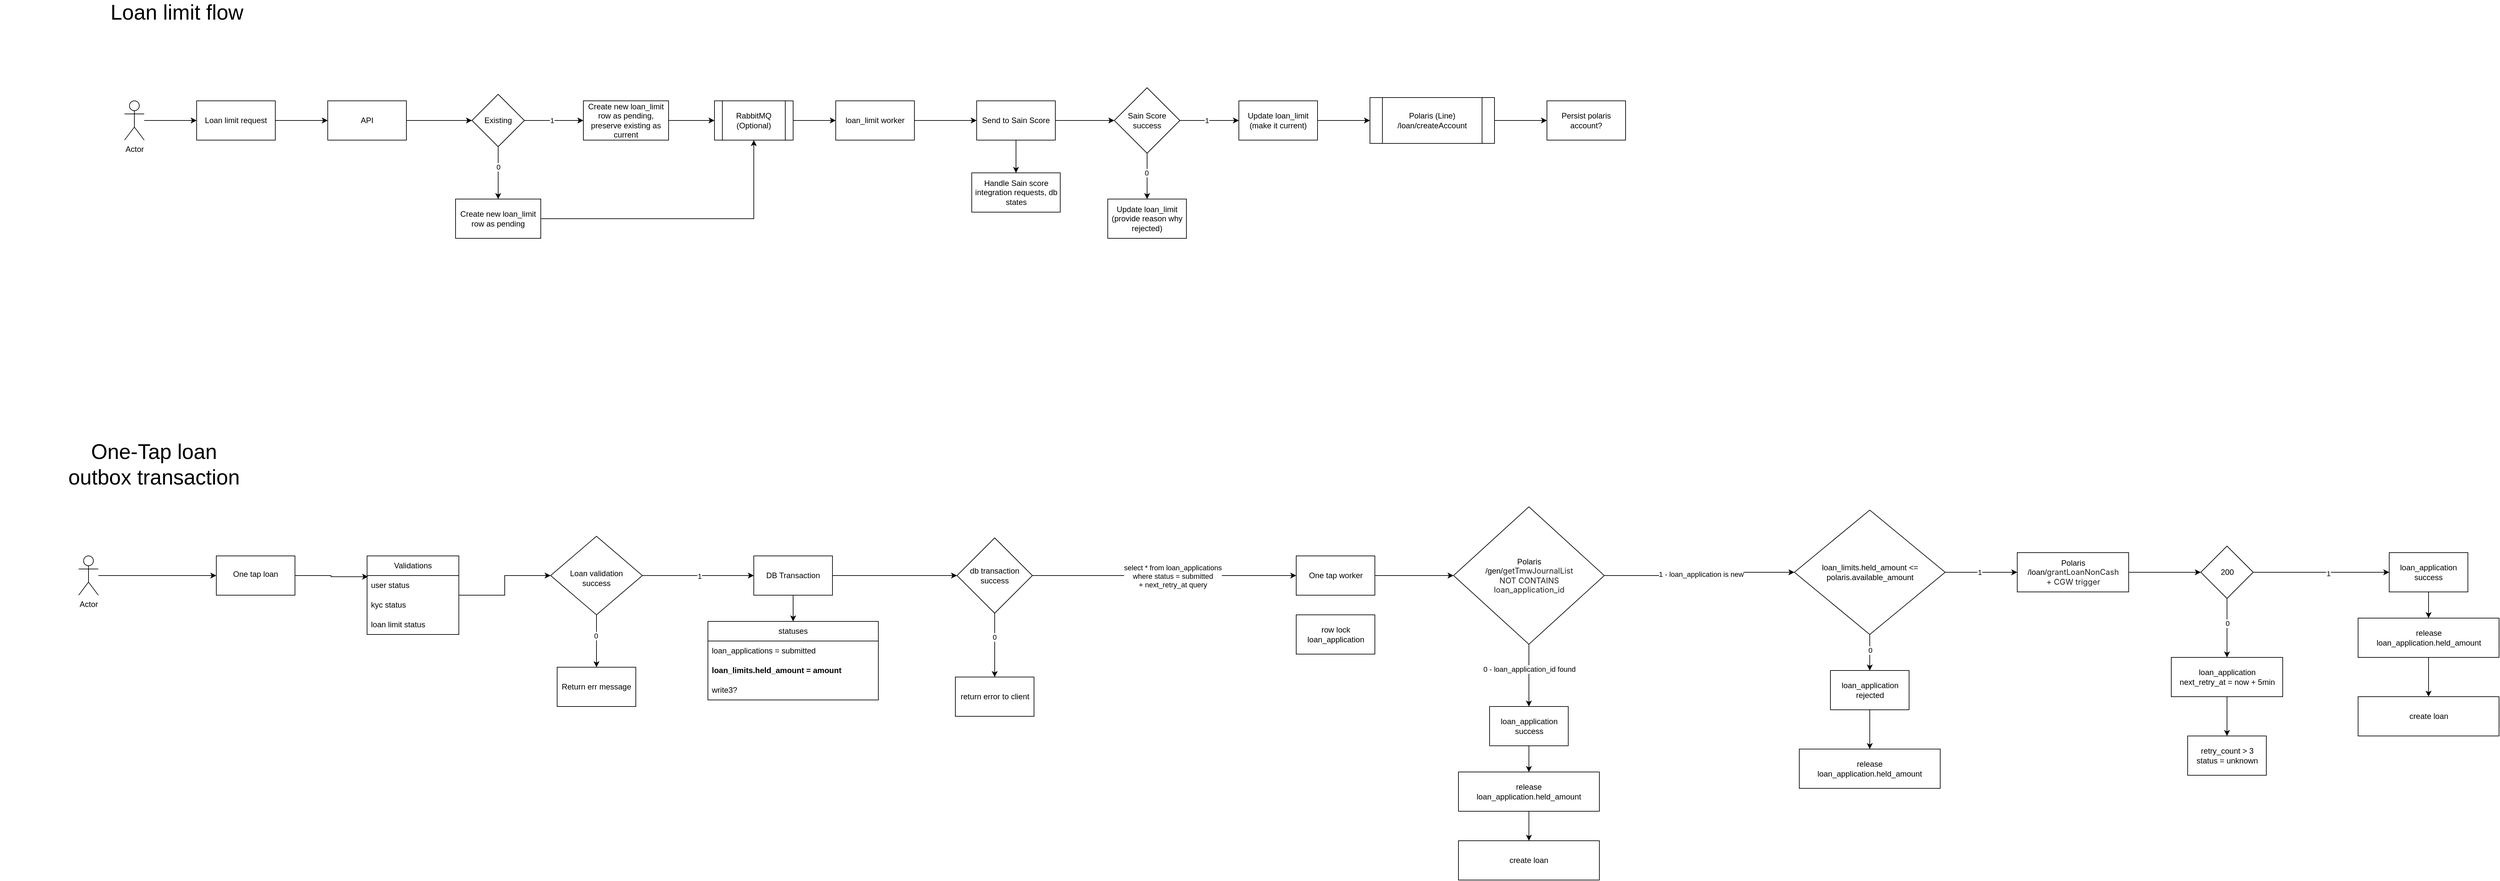
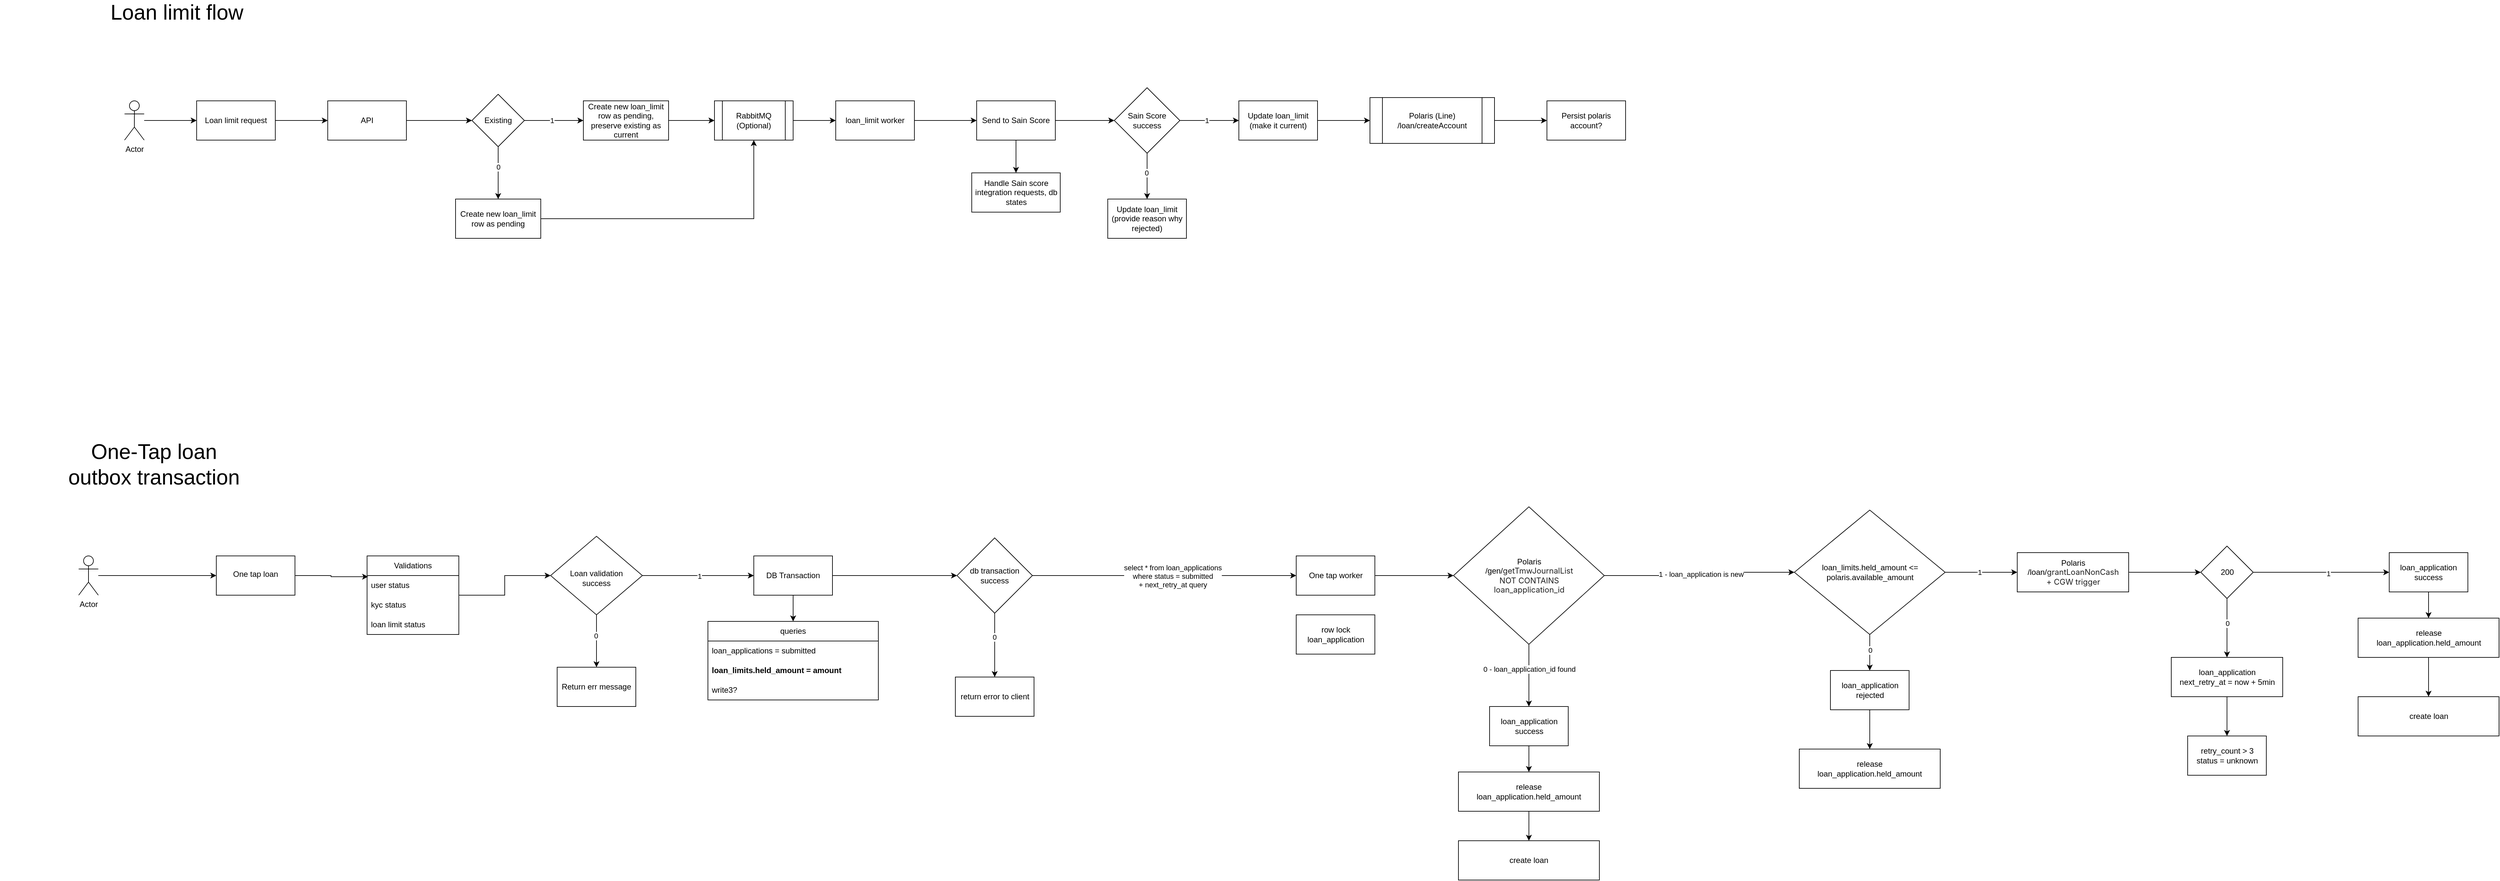
<mxfile host="app.diagrams.net">
  <diagram name="Page-1" id="VCBSuIh8bz7kurrQ0Zaz">
    <mxGraphModel dx="2338" dy="870" grid="1" gridSize="10" guides="1" tooltips="1" connect="1" arrows="1" fold="1" page="1" pageScale="1" pageWidth="850" pageHeight="1100" math="0" shadow="0">
      <root>
        <mxCell id="0" />
        <mxCell id="1" parent="0" />
        <mxCell id="KqixbsF9o6dLofBvsG9t-5" edge="1" parent="1" source="KqixbsF9o6dLofBvsG9t-1" style="edgeStyle=orthogonalEdgeStyle;rounded=0;orthogonalLoop=1;jettySize=auto;html=1;" target="KqixbsF9o6dLofBvsG9t-4" value="">
          <mxGeometry relative="1" as="geometry" />
        </mxCell>
        <mxCell id="KqixbsF9o6dLofBvsG9t-1" parent="1" style="rounded=0;whiteSpace=wrap;html=1;" value="Loan limit request" vertex="1">
          <mxGeometry height="60" width="120" x="150" y="210" as="geometry" />
        </mxCell>
        <mxCell id="KqixbsF9o6dLofBvsG9t-3" edge="1" parent="1" source="KqixbsF9o6dLofBvsG9t-2" style="edgeStyle=orthogonalEdgeStyle;rounded=0;orthogonalLoop=1;jettySize=auto;html=1;" target="KqixbsF9o6dLofBvsG9t-1" value="">
          <mxGeometry relative="1" as="geometry" />
        </mxCell>
        <mxCell id="KqixbsF9o6dLofBvsG9t-2" parent="1" style="shape=umlActor;verticalLabelPosition=bottom;verticalAlign=top;html=1;outlineConnect=0;" value="Actor" vertex="1">
          <mxGeometry height="60" width="30" x="40" y="210" as="geometry" />
        </mxCell>
        <mxCell id="KqixbsF9o6dLofBvsG9t-9" edge="1" parent="1" source="KqixbsF9o6dLofBvsG9t-4" style="edgeStyle=orthogonalEdgeStyle;rounded=0;orthogonalLoop=1;jettySize=auto;html=1;" target="KqixbsF9o6dLofBvsG9t-8" value="">
          <mxGeometry relative="1" as="geometry" />
        </mxCell>
        <mxCell id="KqixbsF9o6dLofBvsG9t-4" parent="1" style="rounded=0;whiteSpace=wrap;html=1;" value="API" vertex="1">
          <mxGeometry height="60" width="120" x="350" y="210" as="geometry" />
        </mxCell>
        <mxCell id="KqixbsF9o6dLofBvsG9t-11" edge="1" parent="1" source="KqixbsF9o6dLofBvsG9t-8" style="edgeStyle=orthogonalEdgeStyle;rounded=0;orthogonalLoop=1;jettySize=auto;html=1;" target="KqixbsF9o6dLofBvsG9t-10" value="">
          <mxGeometry relative="1" as="geometry" />
        </mxCell>
        <mxCell id="KqixbsF9o6dLofBvsG9t-12" connectable="0" parent="KqixbsF9o6dLofBvsG9t-11" style="edgeLabel;html=1;align=center;verticalAlign=middle;resizable=0;points=[];" value="1" vertex="1">
          <mxGeometry relative="1" x="-0.079" as="geometry">
            <mxPoint as="offset" />
          </mxGeometry>
        </mxCell>
        <mxCell id="KqixbsF9o6dLofBvsG9t-14" edge="1" parent="1" source="KqixbsF9o6dLofBvsG9t-8" style="edgeStyle=orthogonalEdgeStyle;rounded=0;orthogonalLoop=1;jettySize=auto;html=1;" target="KqixbsF9o6dLofBvsG9t-13" value="">
          <mxGeometry relative="1" as="geometry" />
        </mxCell>
        <mxCell id="KqixbsF9o6dLofBvsG9t-15" connectable="0" parent="KqixbsF9o6dLofBvsG9t-14" style="edgeLabel;html=1;align=center;verticalAlign=middle;resizable=0;points=[];" value="0" vertex="1">
          <mxGeometry relative="1" x="-0.2407" as="geometry">
            <mxPoint as="offset" />
          </mxGeometry>
        </mxCell>
        <mxCell id="KqixbsF9o6dLofBvsG9t-8" parent="1" style="rhombus;whiteSpace=wrap;html=1;rounded=0;" value="Existing" vertex="1">
          <mxGeometry height="80" width="80" x="570" y="200" as="geometry" />
        </mxCell>
        <mxCell id="KqixbsF9o6dLofBvsG9t-23" edge="1" parent="1" source="KqixbsF9o6dLofBvsG9t-10" style="edgeStyle=orthogonalEdgeStyle;rounded=0;orthogonalLoop=1;jettySize=auto;html=1;" target="KqixbsF9o6dLofBvsG9t-22" value="">
          <mxGeometry relative="1" as="geometry" />
        </mxCell>
        <mxCell id="KqixbsF9o6dLofBvsG9t-10" parent="1" style="whiteSpace=wrap;html=1;rounded=0;" value="Create new loan_limit row as pending, preserve existing as current" vertex="1">
          <mxGeometry height="60" width="130" x="740" y="210" as="geometry" />
        </mxCell>
        <mxCell id="KqixbsF9o6dLofBvsG9t-26" edge="1" parent="1" source="KqixbsF9o6dLofBvsG9t-13" style="edgeStyle=orthogonalEdgeStyle;rounded=0;orthogonalLoop=1;jettySize=auto;html=1;entryX=0.5;entryY=1;entryDx=0;entryDy=0;" target="KqixbsF9o6dLofBvsG9t-22">
          <mxGeometry relative="1" as="geometry" />
        </mxCell>
        <mxCell id="KqixbsF9o6dLofBvsG9t-13" parent="1" style="whiteSpace=wrap;html=1;rounded=0;" value="Create new loan_limit row as pending" vertex="1">
          <mxGeometry height="60" width="130" x="545" y="360" as="geometry" />
        </mxCell>
        <mxCell id="KqixbsF9o6dLofBvsG9t-25" edge="1" parent="1" source="KqixbsF9o6dLofBvsG9t-22" style="edgeStyle=orthogonalEdgeStyle;rounded=0;orthogonalLoop=1;jettySize=auto;html=1;" target="KqixbsF9o6dLofBvsG9t-24" value="">
          <mxGeometry relative="1" as="geometry" />
        </mxCell>
        <mxCell id="KqixbsF9o6dLofBvsG9t-22" parent="1" style="shape=process;whiteSpace=wrap;html=1;backgroundOutline=1;rounded=0;" value="RabbitMQ (Optional)" vertex="1">
          <mxGeometry height="60" width="120" x="940" y="210" as="geometry" />
        </mxCell>
        <mxCell id="KqixbsF9o6dLofBvsG9t-28" edge="1" parent="1" source="KqixbsF9o6dLofBvsG9t-24" style="edgeStyle=orthogonalEdgeStyle;rounded=0;orthogonalLoop=1;jettySize=auto;html=1;" target="KqixbsF9o6dLofBvsG9t-27" value="">
          <mxGeometry relative="1" as="geometry" />
        </mxCell>
        <mxCell id="KqixbsF9o6dLofBvsG9t-24" parent="1" style="whiteSpace=wrap;html=1;rounded=0;" value="loan_limit worker" vertex="1">
          <mxGeometry height="60" width="120" x="1125" y="210" as="geometry" />
        </mxCell>
        <mxCell id="KqixbsF9o6dLofBvsG9t-30" edge="1" parent="1" source="KqixbsF9o6dLofBvsG9t-27" style="edgeStyle=orthogonalEdgeStyle;rounded=0;orthogonalLoop=1;jettySize=auto;html=1;" target="KqixbsF9o6dLofBvsG9t-29" value="">
          <mxGeometry relative="1" as="geometry" />
        </mxCell>
        <mxCell id="KqixbsF9o6dLofBvsG9t-38" edge="1" parent="1" source="KqixbsF9o6dLofBvsG9t-27" style="edgeStyle=orthogonalEdgeStyle;rounded=0;orthogonalLoop=1;jettySize=auto;html=1;" target="KqixbsF9o6dLofBvsG9t-37" value="">
          <mxGeometry relative="1" as="geometry" />
        </mxCell>
        <mxCell id="KqixbsF9o6dLofBvsG9t-27" parent="1" style="whiteSpace=wrap;html=1;rounded=0;" value="Send to Sain Score" vertex="1">
          <mxGeometry height="60" width="120" x="1340" y="210" as="geometry" />
        </mxCell>
        <mxCell id="KqixbsF9o6dLofBvsG9t-32" edge="1" parent="1" source="KqixbsF9o6dLofBvsG9t-29" style="edgeStyle=orthogonalEdgeStyle;rounded=0;orthogonalLoop=1;jettySize=auto;html=1;" target="KqixbsF9o6dLofBvsG9t-31" value="">
          <mxGeometry relative="1" as="geometry" />
        </mxCell>
        <mxCell id="KqixbsF9o6dLofBvsG9t-33" connectable="0" parent="KqixbsF9o6dLofBvsG9t-32" style="edgeLabel;html=1;align=center;verticalAlign=middle;resizable=0;points=[];" value="1" vertex="1">
          <mxGeometry relative="1" x="-0.1048" as="geometry">
            <mxPoint as="offset" />
          </mxGeometry>
        </mxCell>
        <mxCell id="KqixbsF9o6dLofBvsG9t-35" edge="1" parent="1" source="KqixbsF9o6dLofBvsG9t-29" style="edgeStyle=orthogonalEdgeStyle;rounded=0;orthogonalLoop=1;jettySize=auto;html=1;" target="KqixbsF9o6dLofBvsG9t-34" value="">
          <mxGeometry relative="1" as="geometry" />
        </mxCell>
        <mxCell id="KqixbsF9o6dLofBvsG9t-36" connectable="0" parent="KqixbsF9o6dLofBvsG9t-35" style="edgeLabel;html=1;align=center;verticalAlign=middle;resizable=0;points=[];" value="0" vertex="1">
          <mxGeometry relative="1" x="-0.1429" y="-1" as="geometry">
            <mxPoint as="offset" />
          </mxGeometry>
        </mxCell>
        <mxCell id="KqixbsF9o6dLofBvsG9t-29" parent="1" style="rhombus;whiteSpace=wrap;html=1;rounded=0;" value="Sain Score success" vertex="1">
          <mxGeometry height="100" width="100" x="1550" y="190" as="geometry" />
        </mxCell>
        <mxCell id="KqixbsF9o6dLofBvsG9t-66" edge="1" parent="1" source="KqixbsF9o6dLofBvsG9t-31" style="edgeStyle=orthogonalEdgeStyle;rounded=0;orthogonalLoop=1;jettySize=auto;html=1;" target="KqixbsF9o6dLofBvsG9t-65" value="">
          <mxGeometry relative="1" as="geometry" />
        </mxCell>
        <mxCell id="KqixbsF9o6dLofBvsG9t-31" parent="1" style="whiteSpace=wrap;html=1;rounded=0;" value="Update loan_limit (make it current)" vertex="1">
          <mxGeometry height="60" width="120" x="1740" y="210" as="geometry" />
        </mxCell>
        <mxCell id="KqixbsF9o6dLofBvsG9t-34" parent="1" style="whiteSpace=wrap;html=1;rounded=0;" value="Update loan_limit&lt;br&gt;(provide reason why rejected)" vertex="1">
          <mxGeometry height="60" width="120" x="1540" y="360" as="geometry" />
        </mxCell>
        <mxCell id="KqixbsF9o6dLofBvsG9t-37" parent="1" style="whiteSpace=wrap;html=1;rounded=0;" value="Handle Sain score integration requests, db states" vertex="1">
          <mxGeometry height="60" width="135" x="1332.5" y="320" as="geometry" />
        </mxCell>
        <mxCell id="KqixbsF9o6dLofBvsG9t-40" parent="1" style="text;html=1;whiteSpace=wrap;strokeColor=none;fillColor=none;align=center;verticalAlign=middle;rounded=0;fontSize=32;" value="Loan limit flow" vertex="1">
          <mxGeometry height="30" width="260" x="-10" y="60" as="geometry" />
        </mxCell>
        <mxCell id="KqixbsF9o6dLofBvsG9t-74" edge="1" parent="1" source="KqixbsF9o6dLofBvsG9t-65" style="edgeStyle=orthogonalEdgeStyle;rounded=0;orthogonalLoop=1;jettySize=auto;html=1;" target="KqixbsF9o6dLofBvsG9t-73" value="">
          <mxGeometry relative="1" as="geometry" />
        </mxCell>
        <mxCell id="KqixbsF9o6dLofBvsG9t-65" parent="1" style="shape=process;whiteSpace=wrap;html=1;backgroundOutline=1;rounded=0;" value="Polaris (Line)&lt;br&gt;/loan/createAccount" vertex="1">
          <mxGeometry height="70" width="190" x="1940" y="205" as="geometry" />
        </mxCell>
        <mxCell id="KqixbsF9o6dLofBvsG9t-73" parent="1" style="whiteSpace=wrap;html=1;rounded=0;" value="Persist polaris account?" vertex="1">
          <mxGeometry height="60" width="120" x="2210" y="210" as="geometry" />
        </mxCell>
        <mxCell id="U8Ajh8Gpa-m2DNKNFQys-1" parent="1" style="text;html=1;whiteSpace=wrap;strokeColor=none;fillColor=none;align=center;verticalAlign=middle;rounded=0;fontSize=32;" value="One-Tap loan&lt;br&gt;outbox transaction" vertex="1">
          <mxGeometry height="30" width="470" x="-150" y="750" as="geometry" />
        </mxCell>
        <mxCell id="In8fDh9ZLN2M87an2Miy-1" edge="1" parent="1" source="In8fDh9ZLN2M87an2Miy-2" style="edgeStyle=orthogonalEdgeStyle;rounded=0;orthogonalLoop=1;jettySize=auto;html=1;" target="In8fDh9ZLN2M87an2Miy-4" value="">
          <mxGeometry relative="1" as="geometry" />
        </mxCell>
        <mxCell id="In8fDh9ZLN2M87an2Miy-2" parent="1" style="shape=umlActor;verticalLabelPosition=bottom;verticalAlign=top;html=1;outlineConnect=0;" value="Actor" vertex="1">
          <mxGeometry height="60" width="30" x="-30" y="905" as="geometry" />
        </mxCell>
        <mxCell id="In8fDh9ZLN2M87an2Miy-3" edge="1" parent="1" source="In8fDh9ZLN2M87an2Miy-4" style="edgeStyle=orthogonalEdgeStyle;rounded=0;orthogonalLoop=1;jettySize=auto;html=1;entryX=0.011;entryY=0.06;entryDx=0;entryDy=0;entryPerimeter=0;" target="In8fDh9ZLN2M87an2Miy-28" value="">
          <mxGeometry relative="1" as="geometry">
            <mxPoint x="390" y="935" as="targetPoint" />
          </mxGeometry>
        </mxCell>
        <mxCell id="In8fDh9ZLN2M87an2Miy-4" parent="1" style="whiteSpace=wrap;html=1;verticalAlign=top;" value="&lt;div&gt;&lt;br&gt;&lt;/div&gt;&lt;div&gt;One tap loan&lt;/div&gt;" vertex="1">
          <mxGeometry height="60" width="120" x="180" y="905" as="geometry" />
        </mxCell>
        <mxCell id="In8fDh9ZLN2M87an2Miy-5" edge="1" parent="1" source="In8fDh9ZLN2M87an2Miy-9" style="edgeStyle=orthogonalEdgeStyle;rounded=0;orthogonalLoop=1;jettySize=auto;html=1;" target="In8fDh9ZLN2M87an2Miy-12" value="">
          <mxGeometry relative="1" as="geometry" />
        </mxCell>
        <mxCell id="In8fDh9ZLN2M87an2Miy-6" connectable="0" parent="In8fDh9ZLN2M87an2Miy-5" style="edgeLabel;html=1;align=center;verticalAlign=middle;resizable=0;points=[];" value="1" vertex="1">
          <mxGeometry relative="1" x="0.0162" y="-1" as="geometry">
            <mxPoint as="offset" />
          </mxGeometry>
        </mxCell>
        <mxCell id="In8fDh9ZLN2M87an2Miy-7" edge="1" parent="1" source="In8fDh9ZLN2M87an2Miy-9" style="edgeStyle=orthogonalEdgeStyle;rounded=0;orthogonalLoop=1;jettySize=auto;html=1;" target="In8fDh9ZLN2M87an2Miy-13" value="">
          <mxGeometry relative="1" as="geometry" />
        </mxCell>
        <mxCell id="In8fDh9ZLN2M87an2Miy-8" connectable="0" parent="In8fDh9ZLN2M87an2Miy-7" style="edgeLabel;html=1;align=center;verticalAlign=middle;resizable=0;points=[];" value="0" vertex="1">
          <mxGeometry relative="1" x="-0.2091" y="-1" as="geometry">
            <mxPoint as="offset" />
          </mxGeometry>
        </mxCell>
        <mxCell id="In8fDh9ZLN2M87an2Miy-9" parent="1" style="rhombus;whiteSpace=wrap;html=1;verticalAlign=top;" value="&lt;br&gt;&lt;br&gt;&lt;div&gt;&lt;br&gt;&lt;/div&gt;&lt;div&gt;Loan validation&lt;br&gt;success&lt;/div&gt;" vertex="1">
          <mxGeometry height="120" width="140" x="690" y="875" as="geometry" />
        </mxCell>
        <mxCell id="In8fDh9ZLN2M87an2Miy-10" edge="1" parent="1" source="In8fDh9ZLN2M87an2Miy-12" style="edgeStyle=orthogonalEdgeStyle;rounded=0;orthogonalLoop=1;jettySize=auto;html=1;entryX=0.5;entryY=0;entryDx=0;entryDy=0;" target="In8fDh9ZLN2M87an2Miy-14">
          <mxGeometry relative="1" as="geometry" />
        </mxCell>
        <mxCell id="In8fDh9ZLN2M87an2Miy-54" edge="1" parent="1" source="In8fDh9ZLN2M87an2Miy-98" style="edgeStyle=orthogonalEdgeStyle;rounded=0;orthogonalLoop=1;jettySize=auto;html=1;exitX=1;exitY=0.5;exitDx=0;exitDy=0;" target="In8fDh9ZLN2M87an2Miy-53" value="">
          <mxGeometry relative="1" as="geometry">
            <mxPoint x="1370" y="935" as="sourcePoint" />
          </mxGeometry>
        </mxCell>
        <mxCell id="In8fDh9ZLN2M87an2Miy-55" connectable="0" parent="In8fDh9ZLN2M87an2Miy-54" style="edgeLabel;html=1;align=center;verticalAlign=middle;resizable=0;points=[];" value="select * from loan_applications&lt;br&gt;where status = submitted&lt;br&gt;+ next_retry_at query" vertex="1">
          <mxGeometry relative="1" x="0.0637" y="-1" as="geometry">
            <mxPoint as="offset" />
          </mxGeometry>
        </mxCell>
        <mxCell id="In8fDh9ZLN2M87an2Miy-99" edge="1" parent="1" source="In8fDh9ZLN2M87an2Miy-12" style="edgeStyle=orthogonalEdgeStyle;rounded=0;orthogonalLoop=1;jettySize=auto;html=1;" target="In8fDh9ZLN2M87an2Miy-98" value="">
          <mxGeometry relative="1" as="geometry" />
        </mxCell>
        <mxCell id="In8fDh9ZLN2M87an2Miy-12" parent="1" style="whiteSpace=wrap;html=1;verticalAlign=middle;" value="DB Transaction" vertex="1">
          <mxGeometry height="60" width="120" x="1000" y="905" as="geometry" />
        </mxCell>
        <mxCell id="In8fDh9ZLN2M87an2Miy-13" parent="1" style="whiteSpace=wrap;html=1;verticalAlign=middle;" value="Return err message" vertex="1">
          <mxGeometry height="60" width="120" x="700" y="1075" as="geometry" />
        </mxCell>
-         <mxCell id="In8fDh9ZLN2M87an2Miy-14" parent="1" style="swimlane;fontStyle=0;childLayout=stackLayout;horizontal=1;startSize=30;horizontalStack=0;resizeParent=1;resizeParentMax=0;resizeLast=0;collapsible=1;marginBottom=0;whiteSpace=wrap;html=1;" value="statuses" vertex="1">
+         <mxCell id="In8fDh9ZLN2M87an2Miy-14" parent="1" style="swimlane;fontStyle=0;childLayout=stackLayout;horizontal=1;startSize=30;horizontalStack=0;resizeParent=1;resizeParentMax=0;resizeLast=0;collapsible=1;marginBottom=0;whiteSpace=wrap;html=1;" value="queries" vertex="1">
          <mxGeometry height="120" width="260" x="930" y="1005" as="geometry" />
        </mxCell>
        <mxCell id="In8fDh9ZLN2M87an2Miy-15" parent="In8fDh9ZLN2M87an2Miy-14" style="text;strokeColor=none;fillColor=none;align=left;verticalAlign=middle;spacingLeft=4;spacingRight=4;overflow=hidden;points=[[0,0.5],[1,0.5]];portConstraint=eastwest;rotatable=0;whiteSpace=wrap;html=1;" value="loan_applications = submitted" vertex="1">
          <mxGeometry height="30" width="260" y="30" as="geometry" />
        </mxCell>
        <mxCell id="In8fDh9ZLN2M87an2Miy-16" parent="In8fDh9ZLN2M87an2Miy-14" style="text;strokeColor=none;fillColor=none;align=left;verticalAlign=middle;spacingLeft=4;spacingRight=4;overflow=hidden;points=[[0,0.5],[1,0.5]];portConstraint=eastwest;rotatable=0;whiteSpace=wrap;html=1;fontStyle=1" value="loan_limits.held_amount = amount" vertex="1">
          <mxGeometry height="30" width="260" y="60" as="geometry" />
        </mxCell>
        <mxCell id="In8fDh9ZLN2M87an2Miy-17" parent="In8fDh9ZLN2M87an2Miy-14" style="text;strokeColor=none;fillColor=none;align=left;verticalAlign=middle;spacingLeft=4;spacingRight=4;overflow=hidden;points=[[0,0.5],[1,0.5]];portConstraint=eastwest;rotatable=0;whiteSpace=wrap;html=1;" value="write3?" vertex="1">
          <mxGeometry height="30" width="260" y="90" as="geometry" />
        </mxCell>
        <mxCell id="In8fDh9ZLN2M87an2Miy-32" edge="1" parent="1" source="In8fDh9ZLN2M87an2Miy-27" style="edgeStyle=orthogonalEdgeStyle;rounded=0;orthogonalLoop=1;jettySize=auto;html=1;entryX=0;entryY=0.5;entryDx=0;entryDy=0;" target="In8fDh9ZLN2M87an2Miy-9">
          <mxGeometry relative="1" as="geometry" />
        </mxCell>
        <mxCell id="In8fDh9ZLN2M87an2Miy-27" parent="1" style="swimlane;fontStyle=0;childLayout=stackLayout;horizontal=1;startSize=30;horizontalStack=0;resizeParent=1;resizeParentMax=0;resizeLast=0;collapsible=1;marginBottom=0;whiteSpace=wrap;html=1;" value="Validations" vertex="1">
          <mxGeometry height="120" width="140" x="410" y="905" as="geometry" />
        </mxCell>
        <mxCell id="In8fDh9ZLN2M87an2Miy-28" parent="In8fDh9ZLN2M87an2Miy-27" style="text;strokeColor=none;fillColor=none;align=left;verticalAlign=middle;spacingLeft=4;spacingRight=4;overflow=hidden;points=[[0,0.5],[1,0.5]];portConstraint=eastwest;rotatable=0;whiteSpace=wrap;html=1;" value="user status" vertex="1">
          <mxGeometry height="30" width="140" y="30" as="geometry" />
        </mxCell>
        <mxCell id="In8fDh9ZLN2M87an2Miy-29" parent="In8fDh9ZLN2M87an2Miy-27" style="text;strokeColor=none;fillColor=none;align=left;verticalAlign=middle;spacingLeft=4;spacingRight=4;overflow=hidden;points=[[0,0.5],[1,0.5]];portConstraint=eastwest;rotatable=0;whiteSpace=wrap;html=1;" value="kyc status" vertex="1">
          <mxGeometry height="30" width="140" y="60" as="geometry" />
        </mxCell>
        <mxCell id="In8fDh9ZLN2M87an2Miy-33" parent="In8fDh9ZLN2M87an2Miy-27" style="text;strokeColor=none;fillColor=none;align=left;verticalAlign=middle;spacingLeft=4;spacingRight=4;overflow=hidden;points=[[0,0.5],[1,0.5]];portConstraint=eastwest;rotatable=0;whiteSpace=wrap;html=1;" value="loan limit status" vertex="1">
          <mxGeometry height="30" width="140" y="90" as="geometry" />
        </mxCell>
        <mxCell id="In8fDh9ZLN2M87an2Miy-70" edge="1" parent="1" source="In8fDh9ZLN2M87an2Miy-53" style="edgeStyle=orthogonalEdgeStyle;rounded=0;orthogonalLoop=1;jettySize=auto;html=1;entryX=0;entryY=0.5;entryDx=0;entryDy=0;" target="In8fDh9ZLN2M87an2Miy-69">
          <mxGeometry relative="1" as="geometry" />
        </mxCell>
        <mxCell id="In8fDh9ZLN2M87an2Miy-53" parent="1" style="whiteSpace=wrap;html=1;" value="One tap worker" vertex="1">
          <mxGeometry height="60" width="120" x="1827.5" y="905" as="geometry" />
        </mxCell>
        <mxCell id="In8fDh9ZLN2M87an2Miy-67" edge="1" parent="1" source="In8fDh9ZLN2M87an2Miy-58" style="edgeStyle=orthogonalEdgeStyle;rounded=0;orthogonalLoop=1;jettySize=auto;html=1;entryX=0;entryY=0.5;entryDx=0;entryDy=0;" target="In8fDh9ZLN2M87an2Miy-66" value="">
          <mxGeometry relative="1" as="geometry">
            <mxPoint x="3222.5" y="930" as="targetPoint" />
          </mxGeometry>
        </mxCell>
        <mxCell id="In8fDh9ZLN2M87an2Miy-58" parent="1" style="whiteSpace=wrap;html=1;" value="Polaris /loan/&lt;span style=&quot;color: rgb(33, 33, 33); font-family: Inter, system-ui, -apple-system, &amp;quot;system-ui&amp;quot;, &amp;quot;Segoe UI&amp;quot;, Roboto, Oxygen, Ubuntu, Cantarell, &amp;quot;Fira Sans&amp;quot;, &amp;quot;Droid Sans&amp;quot;, Helvetica, Arial, sans-serif; text-align: left; white-space: pre-wrap; background-color: rgb(255, 255, 255);&quot;&gt;grantLoanNonCash&lt;br/&gt;+ CGW trigger&lt;/span&gt;" vertex="1">
          <mxGeometry height="60" width="170" x="2927.5" y="900" as="geometry" />
        </mxCell>
        <mxCell id="In8fDh9ZLN2M87an2Miy-62" edge="1" parent="1" source="In8fDh9ZLN2M87an2Miy-59" style="edgeStyle=orthogonalEdgeStyle;rounded=0;orthogonalLoop=1;jettySize=auto;html=1;" target="In8fDh9ZLN2M87an2Miy-61" value="">
          <mxGeometry relative="1" as="geometry" />
        </mxCell>
        <mxCell id="In8fDh9ZLN2M87an2Miy-91" connectable="0" parent="In8fDh9ZLN2M87an2Miy-62" style="edgeLabel;html=1;align=center;verticalAlign=middle;resizable=0;points=[];" value="0" vertex="1">
          <mxGeometry relative="1" x="-0.1431" as="geometry">
            <mxPoint as="offset" />
          </mxGeometry>
        </mxCell>
        <mxCell id="In8fDh9ZLN2M87an2Miy-65" edge="1" parent="1" source="In8fDh9ZLN2M87an2Miy-59" style="edgeStyle=orthogonalEdgeStyle;rounded=0;orthogonalLoop=1;jettySize=auto;html=1;" target="In8fDh9ZLN2M87an2Miy-58">
          <mxGeometry relative="1" as="geometry" />
        </mxCell>
        <mxCell id="In8fDh9ZLN2M87an2Miy-90" connectable="0" parent="In8fDh9ZLN2M87an2Miy-65" style="edgeLabel;html=1;align=center;verticalAlign=middle;resizable=0;points=[];" value="1" vertex="1">
          <mxGeometry relative="1" x="-0.0451" as="geometry">
            <mxPoint as="offset" />
          </mxGeometry>
        </mxCell>
        <mxCell id="In8fDh9ZLN2M87an2Miy-59" parent="1" style="rhombus;whiteSpace=wrap;html=1;" value="loan_limits.held_amount &amp;lt;= polaris.available_amount" vertex="1">
          <mxGeometry height="190" width="230" x="2587.5" y="835" as="geometry" />
        </mxCell>
        <mxCell id="In8fDh9ZLN2M87an2Miy-64" edge="1" parent="1" source="In8fDh9ZLN2M87an2Miy-61" style="edgeStyle=orthogonalEdgeStyle;rounded=0;orthogonalLoop=1;jettySize=auto;html=1;" target="In8fDh9ZLN2M87an2Miy-63" value="">
          <mxGeometry relative="1" as="geometry" />
        </mxCell>
        <mxCell id="In8fDh9ZLN2M87an2Miy-61" parent="1" style="whiteSpace=wrap;html=1;" value="loan_application&lt;br&gt;rejected" vertex="1">
          <mxGeometry height="60" width="120" x="2642.5" y="1080" as="geometry" />
        </mxCell>
        <mxCell id="In8fDh9ZLN2M87an2Miy-63" parent="1" style="whiteSpace=wrap;html=1;" value="release &lt;br&gt;loan_application.held_amount" vertex="1">
          <mxGeometry height="60" width="215" x="2595" y="1200" as="geometry" />
        </mxCell>
        <mxCell id="In8fDh9ZLN2M87an2Miy-81" edge="1" parent="1" source="In8fDh9ZLN2M87an2Miy-66" style="edgeStyle=orthogonalEdgeStyle;rounded=0;orthogonalLoop=1;jettySize=auto;html=1;entryX=0;entryY=0.5;entryDx=0;entryDy=0;" target="In8fDh9ZLN2M87an2Miy-79">
          <mxGeometry relative="1" as="geometry" />
        </mxCell>
        <mxCell id="In8fDh9ZLN2M87an2Miy-92" connectable="0" parent="In8fDh9ZLN2M87an2Miy-81" style="edgeLabel;html=1;align=center;verticalAlign=middle;resizable=0;points=[];" value="1" vertex="1">
          <mxGeometry relative="1" x="0.1055" y="-2" as="geometry">
            <mxPoint as="offset" />
          </mxGeometry>
        </mxCell>
        <mxCell id="In8fDh9ZLN2M87an2Miy-83" edge="1" parent="1" source="In8fDh9ZLN2M87an2Miy-66" style="edgeStyle=orthogonalEdgeStyle;rounded=0;orthogonalLoop=1;jettySize=auto;html=1;" target="In8fDh9ZLN2M87an2Miy-82" value="">
          <mxGeometry relative="1" as="geometry" />
        </mxCell>
        <mxCell id="In8fDh9ZLN2M87an2Miy-93" connectable="0" parent="In8fDh9ZLN2M87an2Miy-83" style="edgeLabel;html=1;align=center;verticalAlign=middle;resizable=0;points=[];" value="0" vertex="1">
          <mxGeometry relative="1" x="-0.1623" as="geometry">
            <mxPoint as="offset" />
          </mxGeometry>
        </mxCell>
        <mxCell id="In8fDh9ZLN2M87an2Miy-66" parent="1" style="rhombus;whiteSpace=wrap;html=1;" value="200" vertex="1">
          <mxGeometry height="80" width="80" x="3207.5" y="890" as="geometry" />
        </mxCell>
        <mxCell id="In8fDh9ZLN2M87an2Miy-68" parent="1" style="whiteSpace=wrap;html=1;" value="row lock&lt;br&gt;loan_application" vertex="1">
          <mxGeometry height="60" width="120" x="1827.5" y="995" as="geometry" />
        </mxCell>
        <mxCell id="In8fDh9ZLN2M87an2Miy-71" edge="1" parent="1" source="In8fDh9ZLN2M87an2Miy-69" style="edgeStyle=orthogonalEdgeStyle;rounded=0;orthogonalLoop=1;jettySize=auto;html=1;entryX=0;entryY=0.5;entryDx=0;entryDy=0;" target="In8fDh9ZLN2M87an2Miy-59">
          <mxGeometry relative="1" as="geometry" />
        </mxCell>
        <mxCell id="In8fDh9ZLN2M87an2Miy-77" connectable="0" parent="In8fDh9ZLN2M87an2Miy-71" style="edgeLabel;html=1;align=center;verticalAlign=middle;resizable=0;points=[];" value="1 - loan_application is new" vertex="1">
          <mxGeometry relative="1" x="0.0312" y="-3" as="geometry">
            <mxPoint as="offset" />
          </mxGeometry>
        </mxCell>
        <mxCell id="In8fDh9ZLN2M87an2Miy-73" edge="1" parent="1" source="In8fDh9ZLN2M87an2Miy-69" style="edgeStyle=orthogonalEdgeStyle;rounded=0;orthogonalLoop=1;jettySize=auto;html=1;" target="In8fDh9ZLN2M87an2Miy-72" value="">
          <mxGeometry relative="1" as="geometry" />
        </mxCell>
        <mxCell id="In8fDh9ZLN2M87an2Miy-74" connectable="0" parent="In8fDh9ZLN2M87an2Miy-73" style="edgeLabel;html=1;align=center;verticalAlign=middle;resizable=0;points=[];" value="0 - loan_application_id found" vertex="1">
          <mxGeometry relative="1" x="-0.1975" as="geometry">
            <mxPoint as="offset" />
          </mxGeometry>
        </mxCell>
        <mxCell id="In8fDh9ZLN2M87an2Miy-69" parent="1" style="rhombus;whiteSpace=wrap;html=1;" value="Polaris&lt;br&gt;/gen/&lt;span style=&quot;white-space: pre-wrap; color: rgb(33, 33, 33); font-family: Inter, system-ui, -apple-system, &amp;quot;system-ui&amp;quot;, &amp;quot;Segoe UI&amp;quot;, Roboto, Oxygen, Ubuntu, Cantarell, &amp;quot;Fira Sans&amp;quot;, &amp;quot;Droid Sans&amp;quot;, Helvetica, Arial, sans-serif; text-align: left; background-color: rgb(255, 255, 255);&quot;&gt;getTmwJournalList&lt;br&gt;NOT CONTAINS&lt;br&gt;loan_application_id&lt;/span&gt;" vertex="1">
          <mxGeometry height="210" width="230" x="2067.5" y="830" as="geometry" />
        </mxCell>
        <mxCell id="In8fDh9ZLN2M87an2Miy-76" edge="1" parent="1" source="In8fDh9ZLN2M87an2Miy-72" style="edgeStyle=orthogonalEdgeStyle;rounded=0;orthogonalLoop=1;jettySize=auto;html=1;" target="In8fDh9ZLN2M87an2Miy-75" value="">
          <mxGeometry relative="1" as="geometry" />
        </mxCell>
        <mxCell id="In8fDh9ZLN2M87an2Miy-72" parent="1" style="whiteSpace=wrap;html=1;" value="loan_application&lt;br&gt;success" vertex="1">
          <mxGeometry height="60" width="120" x="2122.5" y="1135" as="geometry" />
        </mxCell>
        <mxCell id="In8fDh9ZLN2M87an2Miy-85" edge="1" parent="1" source="In8fDh9ZLN2M87an2Miy-75" style="edgeStyle=orthogonalEdgeStyle;rounded=0;orthogonalLoop=1;jettySize=auto;html=1;" target="In8fDh9ZLN2M87an2Miy-84" value="">
          <mxGeometry relative="1" as="geometry" />
        </mxCell>
        <mxCell id="In8fDh9ZLN2M87an2Miy-75" parent="1" style="whiteSpace=wrap;html=1;" value="release &lt;br&gt;loan_application.held_amount" vertex="1">
          <mxGeometry height="60" width="215" x="2075" y="1235" as="geometry" />
        </mxCell>
        <mxCell id="In8fDh9ZLN2M87an2Miy-78" edge="1" parent="1" source="In8fDh9ZLN2M87an2Miy-79" style="edgeStyle=orthogonalEdgeStyle;rounded=0;orthogonalLoop=1;jettySize=auto;html=1;" target="In8fDh9ZLN2M87an2Miy-80" value="">
          <mxGeometry relative="1" as="geometry" />
        </mxCell>
        <mxCell id="In8fDh9ZLN2M87an2Miy-79" parent="1" style="whiteSpace=wrap;html=1;" value="loan_application&lt;br&gt;success" vertex="1">
          <mxGeometry height="60" width="120" x="3495" y="900" as="geometry" />
        </mxCell>
        <mxCell id="In8fDh9ZLN2M87an2Miy-89" edge="1" parent="1" source="In8fDh9ZLN2M87an2Miy-80" style="edgeStyle=orthogonalEdgeStyle;rounded=0;orthogonalLoop=1;jettySize=auto;html=1;" target="In8fDh9ZLN2M87an2Miy-88" value="">
          <mxGeometry relative="1" as="geometry" />
        </mxCell>
        <mxCell id="In8fDh9ZLN2M87an2Miy-80" parent="1" style="whiteSpace=wrap;html=1;" value="release &lt;br&gt;loan_application.held_amount" vertex="1">
          <mxGeometry height="60" width="215" x="3447.5" y="1000" as="geometry" />
        </mxCell>
        <mxCell id="In8fDh9ZLN2M87an2Miy-95" edge="1" parent="1" source="In8fDh9ZLN2M87an2Miy-82" style="edgeStyle=orthogonalEdgeStyle;rounded=0;orthogonalLoop=1;jettySize=auto;html=1;" target="In8fDh9ZLN2M87an2Miy-94" value="">
          <mxGeometry relative="1" as="geometry" />
        </mxCell>
        <mxCell id="In8fDh9ZLN2M87an2Miy-82" parent="1" style="whiteSpace=wrap;html=1;" value="loan_application&lt;br&gt;next_retry_at = now + 5min" vertex="1">
          <mxGeometry height="60" width="170" x="3162.5" y="1060" as="geometry" />
        </mxCell>
        <mxCell id="In8fDh9ZLN2M87an2Miy-84" parent="1" style="whiteSpace=wrap;html=1;" value="create loan" vertex="1">
          <mxGeometry height="60" width="215" x="2075" y="1340" as="geometry" />
        </mxCell>
        <mxCell id="In8fDh9ZLN2M87an2Miy-88" parent="1" style="whiteSpace=wrap;html=1;" value="create loan" vertex="1">
          <mxGeometry height="60" width="215" x="3447.5" y="1120" as="geometry" />
        </mxCell>
        <mxCell id="In8fDh9ZLN2M87an2Miy-94" parent="1" style="whiteSpace=wrap;html=1;" value="retry_count &amp;gt; 3&lt;br&gt;status = unknown" vertex="1">
          <mxGeometry height="60" width="120" x="3187.5" y="1180" as="geometry" />
        </mxCell>
        <mxCell id="In8fDh9ZLN2M87an2Miy-101" edge="1" parent="1" source="In8fDh9ZLN2M87an2Miy-98" style="edgeStyle=orthogonalEdgeStyle;rounded=0;orthogonalLoop=1;jettySize=auto;html=1;" target="In8fDh9ZLN2M87an2Miy-100" value="">
          <mxGeometry relative="1" as="geometry" />
        </mxCell>
        <mxCell id="In8fDh9ZLN2M87an2Miy-103" connectable="0" parent="In8fDh9ZLN2M87an2Miy-101" style="edgeLabel;html=1;align=center;verticalAlign=middle;resizable=0;points=[];" value="0" vertex="1">
          <mxGeometry relative="1" x="-0.2536" y="-1" as="geometry">
            <mxPoint as="offset" />
          </mxGeometry>
        </mxCell>
        <mxCell id="In8fDh9ZLN2M87an2Miy-98" parent="1" style="rhombus;whiteSpace=wrap;html=1;" value="db transaction success" vertex="1">
          <mxGeometry height="115" width="115" x="1310" y="877.5" as="geometry" />
        </mxCell>
        <mxCell id="In8fDh9ZLN2M87an2Miy-100" parent="1" style="whiteSpace=wrap;html=1;" value="return error to client" vertex="1">
          <mxGeometry height="60" width="120" x="1307.5" y="1090" as="geometry" />
        </mxCell>
      </root>
    </mxGraphModel>
  </diagram>
</mxfile>
